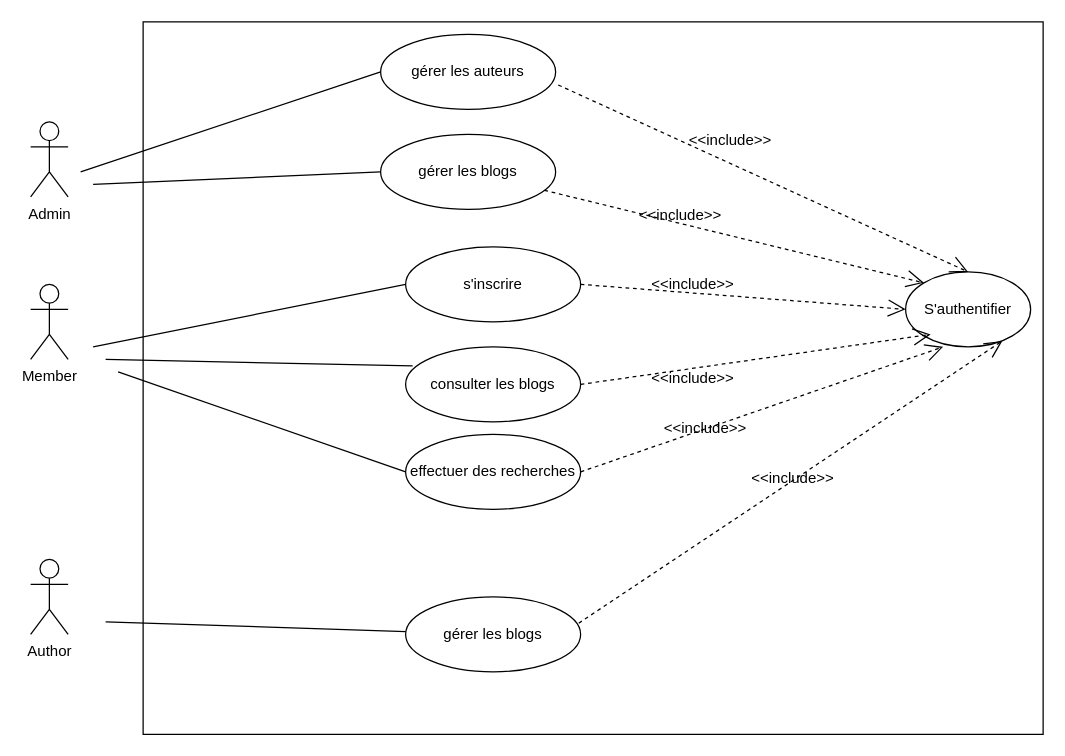
Above: page "Page-2" (2 of 13) of Diagramme sans nom.drawio in EmiraDga/CanvasAnimation (draw.io), before the change. Source tidied: cells renumbered, new cells numbered last; positions are measured from the earlier drawing's top-left corner, leaving out a move shared by most shapes. Both pictures are drawn from the tidied source at 125%, with x=0, y=0 at pixel (30, 21).
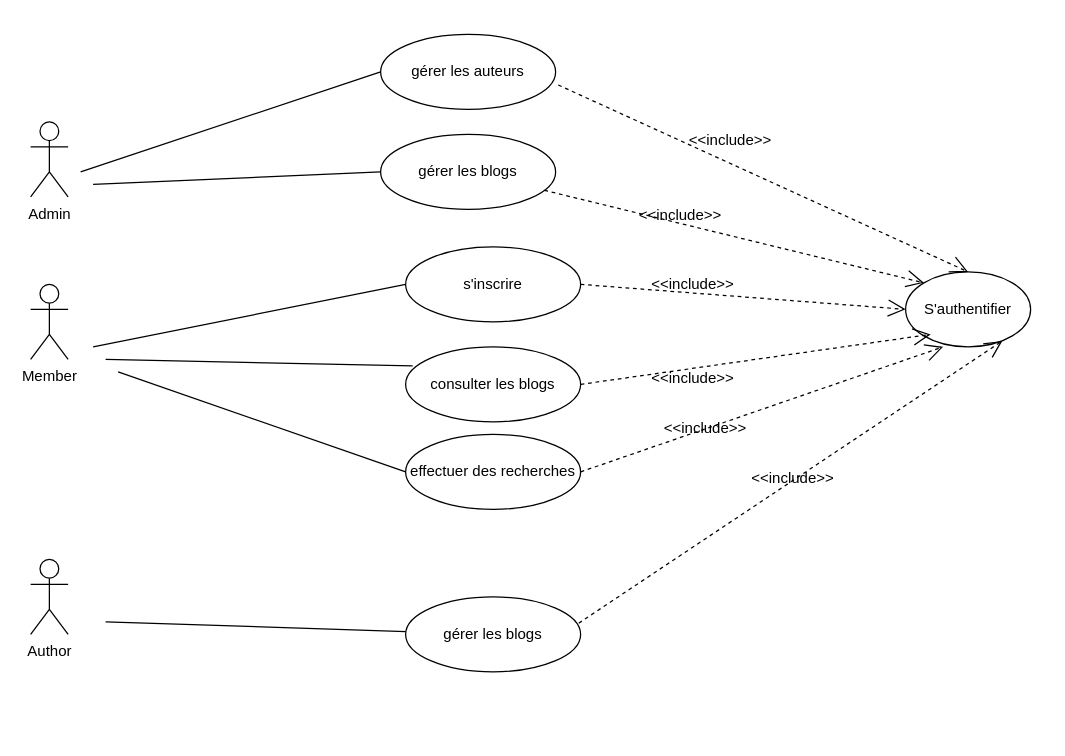
The same page after the edit.

Commit message (it also covers changes not shown here):
Mettre à jour Diagramme sans nom.drawio

Diff of the diagram source:
```diff
@@
-    <mxCell id="2" style="rounded=0;whiteSpace=wrap;html=1;" parent="1" vertex="1">
-      <mxGeometry x="90" width="720" height="570" as="geometry" />
-    </mxCell>
```
